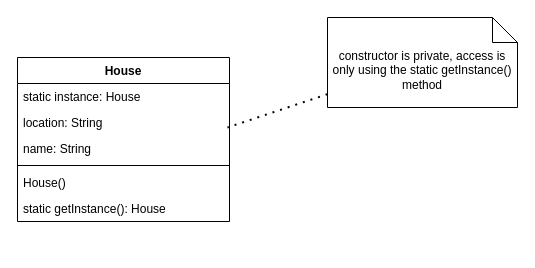
alfacentaur1/omo_objectModel keeps this draw.io diagram as singleton.drawio. Above is the earlier version. Source tidied: cells renumbered, new cells numbered last; positions are measured from the earlier drawing's top-left corner, leaving out a move shared by most shapes. Both pictures are drawn from the tidied source at 100%, with x=0, y=0 at pixel (17, 17).
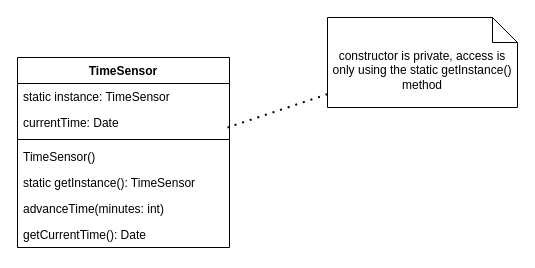
The same page after the edit.

Commit message:
Update singleton for TimeSensor.

What changed in the source:
```diff
@@
 <mxGraphModel>
   <root>
     <mxCell id="0" />
     <mxCell id="1" parent="0" />
-    <mxCell id="2" value="House" style="swimlane;fontStyle=1;align=center;verticalAlign=top;horizontal=1;startSize=26;rounded=0;shadow=0;strokeWidth=1;" parent="1" vertex="1">
-      <mxGeometry y="40" width="212" height="164" as="geometry" />
+    <mxCell id="2" value="TimeSensor" style="swimlane;fontStyle=1;align=center;verticalAlign=top;horizontal=1;startSize=26;rounded=0;shadow=0;strokeWidth=1;" parent="1" vertex="1">
+      <mxGeometry y="40" width="212" height="190" as="geometry" />
     </mxCell>
-    <mxCell id="3" value="static instance: House" style="text;align=left;verticalAlign=top;spacingLeft=4;spacingRight=4;overflow=hidden;" parent="2" vertex="1">
+    <mxCell id="3" value="static instance: TimeSensor" style="text;align=left;verticalAlign=top;spacingLeft=4;spacingRight=4;overflow=hidden;" parent="2" vertex="1">
       <mxGeometry y="26" width="212" height="26" as="geometry" />
     </mxCell>
-    <mxCell id="4" value="location: String" style="text;align=left;verticalAlign=top;spacingLeft=4;spacingRight=4;overflow=hidden;" parent="2" vertex="1">
+    <mxCell id="4" value="currentTime: Date" style="text;align=left;verticalAlign=top;spacingLeft=4;spacingRight=4;overflow=hidden;" parent="2" vertex="1">
       <mxGeometry y="52" width="212" height="26" as="geometry" />
     </mxCell>
-    <mxCell id="5" value="name: String" style="text;align=left;verticalAlign=top;spacingLeft=4;spacingRight=4;overflow=hidden;" parent="2" vertex="1">
-      <mxGeometry y="78" width="212" height="26" as="geometry" />
-    </mxCell>
     <mxCell id="6" style="line;html=1;strokeWidth=1;align=left;verticalAlign=middle;spacingTop=-1;spacingLeft=3;spacingRight=3;labelPosition=right;" parent="2" vertex="1">
-      <mxGeometry y="104" width="212" height="8" as="geometry" />
+      <mxGeometry y="78" width="212" height="8" as="geometry" />
     </mxCell>
-    <mxCell id="7" value="House()" style="text;align=left;verticalAlign=top;spacingLeft=4;spacingRight=4;overflow=hidden;" parent="2" vertex="1">
-      <mxGeometry y="112" width="212" height="26" as="geometry" />
+    <mxCell id="7" value="TimeSensor()" style="text;align=left;verticalAlign=top;spacingLeft=4;spacingRight=4;overflow=hidden;" parent="2" vertex="1">
+      <mxGeometry y="86" width="212" height="26" as="geometry" />
     </mxCell>
-    <mxCell id="8" value="static getInstance(): House" style="text;align=left;verticalAlign=top;spacingLeft=4;spacingRight=4;overflow=hidden;" parent="2" vertex="1">
-      <mxGeometry y="138" width="212" height="26" as="geometry" />
+    <mxCell id="8" value="static getInstance(): TimeSensor" style="text;align=left;verticalAlign=top;spacingLeft=4;spacingRight=4;overflow=hidden;" parent="2" vertex="1">
+      <mxGeometry y="112" width="212" height="26" as="geometry" />
     </mxCell>
+    <mxCell id="11" value="advanceTime(minutes: int)" style="text;strokeColor=none;fillColor=none;align=left;verticalAlign=top;spacingLeft=4;spacingRight=4;overflow=hidden;whiteSpace=wrap;html=1;" parent="2" vertex="1">
+      <mxGeometry y="138" width="212" height="26" as="geometry" />
+    </mxCell>
+    <mxCell id="12" value="getCurrentTime(): Date" style="text;strokeColor=none;fillColor=none;align=left;verticalAlign=top;spacingLeft=4;spacingRight=4;overflow=hidden;whiteSpace=wrap;html=1;" parent="2" vertex="1">
+      <mxGeometry y="164" width="212" height="26" as="geometry" />
+    </mxCell>
     <mxCell id="9" value="constructor is private, access is only using the static getInstance() method" style="shape=note2;boundedLbl=1;whiteSpace=wrap;html=1;size=25;verticalAlign=top;align=center;" parent="1" vertex="1">
       <mxGeometry x="310" width="190" height="90" as="geometry" />
     </mxCell>
     <mxCell id="10" style="endArrow=none;dashed=1;html=1;dashPattern=1 3;strokeWidth=2;rounded=0;" parent="1" edge="1" source="9">
       <mxGeometry relative="1" as="geometry">
         <mxPoint x="210" y="110" as="targetPoint" />
       </mxGeometry>
     </mxCell>
   </root>
 </mxGraphModel>
```
